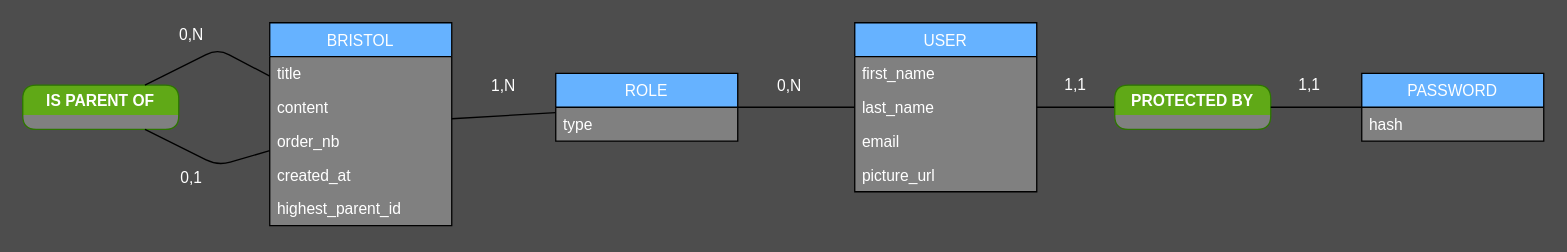
Above: conception/MCD/mcd.drawio in moymat/bristolbe (draw.io), before the change. Source tidied: cells renumbered, new cells numbered last; positions are measured from the earlier drawing's top-left corner, leaving out a move shared by most shapes. Both pictures are drawn from the tidied source at 130%, with x=0, y=0 at pixel (22, 22).
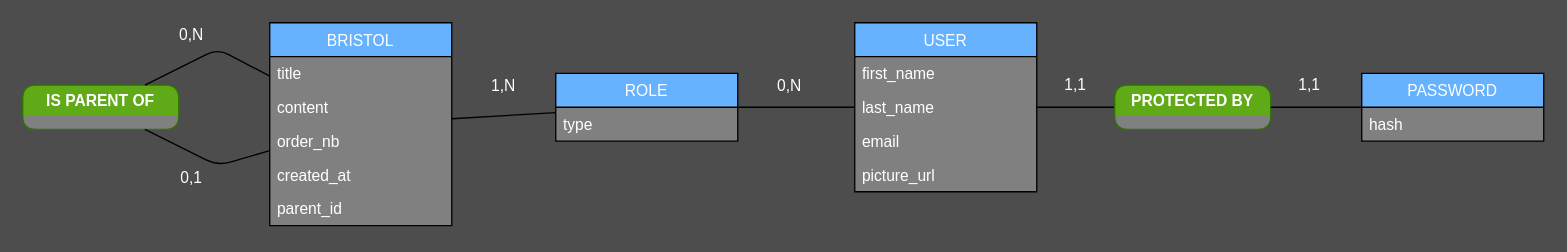
Above is the later version.

The change refers to these unchanged cells:
```xml
<mxCell id="2" value="BRISTOL" style="swimlane;fontStyle=0;horizontal=1;startSize=26;fillColor=#66B2FF;swimlaneFillColor=#808080;fontColor=#FFFFFF;" parent="1" vertex="1">
  <mxGeometry x="190" width="140" height="156" as="geometry" />
</mxCell>
```

What changed in the source:
```diff
@@
-    <mxCell id="7" value="highest_parent_id" style="text;strokeColor=none;fillColor=none;align=left;verticalAlign=top;spacingLeft=4;spacingRight=4;overflow=hidden;fontColor=#FFFFFF;" parent="2" vertex="1">
+    <mxCell id="7" value="parent_id" style="text;strokeColor=none;fillColor=none;align=left;verticalAlign=top;spacingLeft=4;spacingRight=4;overflow=hidden;fontColor=#FFFFFF;" parent="2" vertex="1">
       <mxGeometry y="130" width="140" height="26" as="geometry" />
     </mxCell>
```
